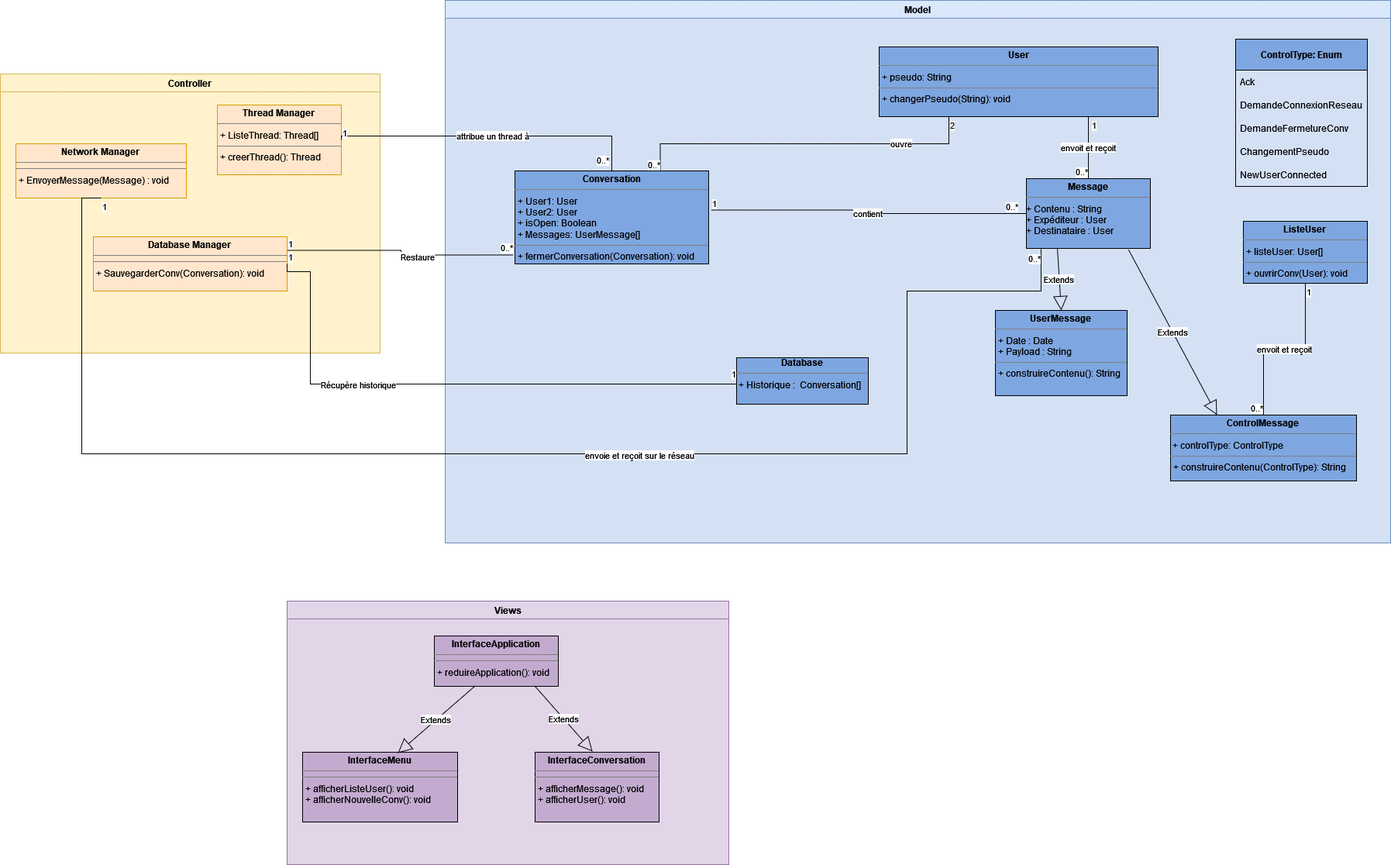
Earlier version of the draw.io export Projet/UML/Images/diagramme_de_classe.drawio.png (Newglear/UF_projet_java). Source tidied: cells renumbered, new cells last; positions are measured from the earlier drawing's top-left corner, leaving out a move shared by most shapes.
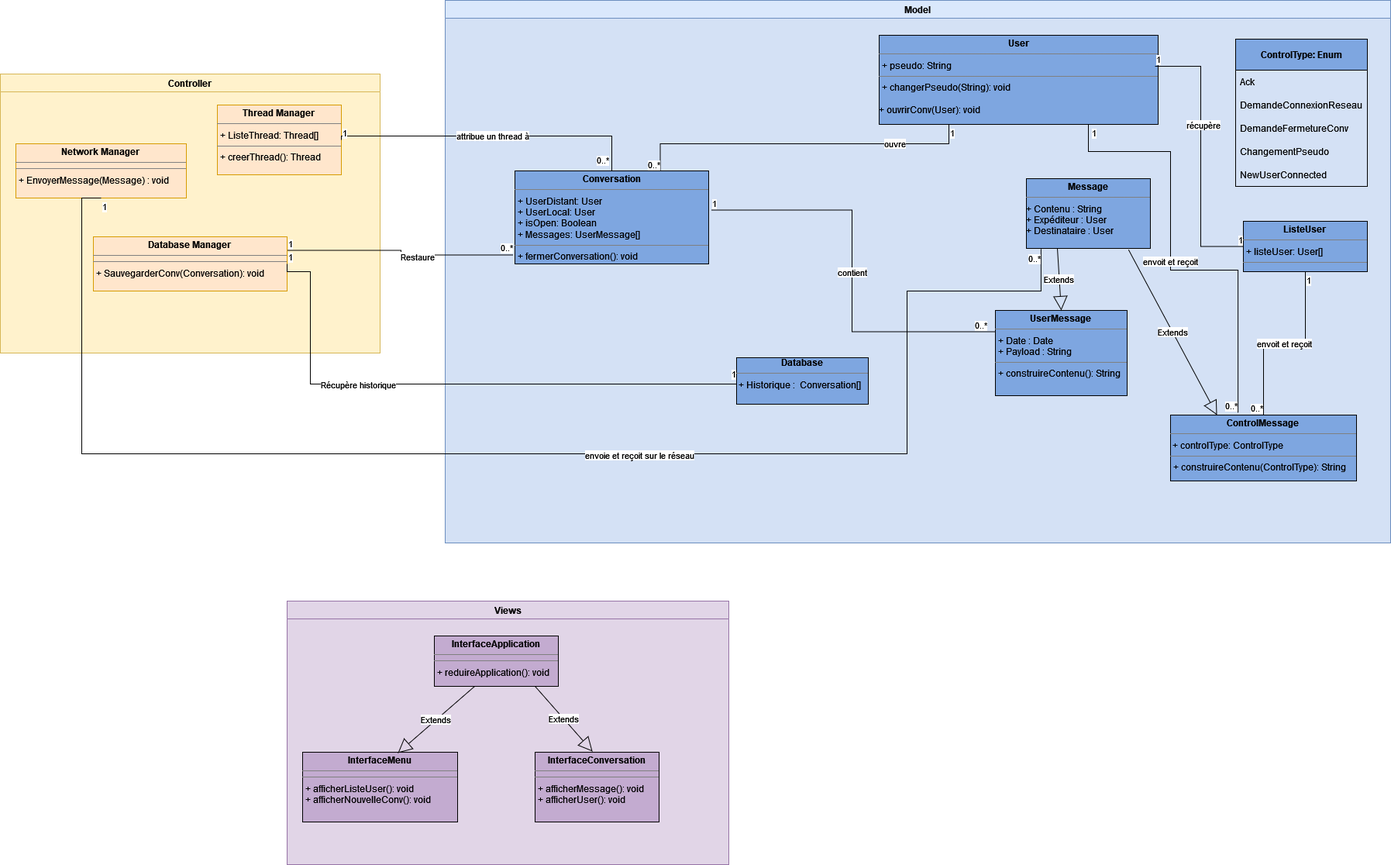
After the change.

The edit, as a diff of the source:
```diff
@@ -40,10 +40,10 @@
     <mxCell id="13" value="&lt;p style=&quot;margin:0px;margin-top:4px;text-align:center;&quot;&gt;&lt;b&gt;Message&lt;/b&gt;&lt;br&gt;&lt;/p&gt;&lt;hr size=&quot;1&quot;&gt;&lt;div&gt;+ Contenu : String &lt;br&gt;&lt;/div&gt;&lt;div&gt;+ Expéditeur : User&lt;/div&gt;&lt;div&gt;+ Destinataire : User&lt;br&gt;&lt;/div&gt;" style="verticalAlign=top;align=left;overflow=fill;fontSize=12;fontFamily=Helvetica;html=1;fillColor=#7EA6E0;" parent="12" vertex="1">
       <mxGeometry x="750" y="230" width="160" height="90" as="geometry" />
     </mxCell>
-    <mxCell id="14" value="&lt;p style=&quot;margin:0px;margin-top:4px;text-align:center;&quot;&gt;&lt;b&gt;Conversation&lt;/b&gt;&lt;/p&gt;&lt;hr size=&quot;1&quot;&gt;&lt;p style=&quot;margin:0px;margin-left:4px;&quot;&gt;+ User1: User&lt;/p&gt;&lt;p style=&quot;margin:0px;margin-left:4px;&quot;&gt;+ User2: User&lt;/p&gt;&lt;p style=&quot;margin:0px;margin-left:4px;&quot;&gt;+ isOpen: Boolean&lt;/p&gt;&lt;p style=&quot;margin:0px;margin-left:4px;&quot;&gt;+ Messages: UserMessage[]&lt;br&gt;&lt;/p&gt;&lt;hr size=&quot;1&quot;&gt;&lt;p style=&quot;margin:0px;margin-left:4px;&quot;&gt;+ fermerConversation(Conversation): void&lt;/p&gt;" style="verticalAlign=top;align=left;overflow=fill;fontSize=12;fontFamily=Helvetica;html=1;fillColor=#7EA6E0;" parent="12" vertex="1">
+    <mxCell id="14" value="&lt;p style=&quot;margin:0px;margin-top:4px;text-align:center;&quot;&gt;&lt;b&gt;Conversation&lt;/b&gt;&lt;/p&gt;&lt;hr size=&quot;1&quot;&gt;&lt;p style=&quot;margin:0px;margin-left:4px;&quot;&gt;+ UserDistant: User&lt;/p&gt;&lt;p style=&quot;margin:0px;margin-left:4px;&quot;&gt;+ UserLocal: User&lt;br&gt;&lt;/p&gt;&lt;p style=&quot;margin:0px;margin-left:4px;&quot;&gt;+ isOpen: Boolean&lt;/p&gt;&lt;p style=&quot;margin:0px;margin-left:4px;&quot;&gt;+ Messages: UserMessage[]&lt;br&gt;&lt;/p&gt;&lt;hr size=&quot;1&quot;&gt;&lt;p style=&quot;margin:0px;margin-left:4px;&quot;&gt;+ fermerConversation(): void&lt;/p&gt;" style="verticalAlign=top;align=left;overflow=fill;fontSize=12;fontFamily=Helvetica;html=1;fillColor=#7EA6E0;" parent="12" vertex="1">
       <mxGeometry x="90" y="220" width="250" height="120" as="geometry" />
     </mxCell>
-    <mxCell id="15" value="contient" style="endArrow=none;html=1;edgeStyle=orthogonalEdgeStyle;rounded=0;entryX=0;entryY=0.5;entryDx=0;entryDy=0;exitX=1.013;exitY=0.421;exitDx=0;exitDy=0;exitPerimeter=0;" parent="12" edge="1" source="14" target="13">
+    <mxCell id="15" value="contient" style="endArrow=none;html=1;edgeStyle=orthogonalEdgeStyle;rounded=0;entryX=0;entryY=0.25;entryDx=0;entryDy=0;exitX=1.013;exitY=0.421;exitDx=0;exitDy=0;exitPerimeter=0;" parent="12" edge="1" source="14" target="23">
       <mxGeometry relative="1" as="geometry" />
     </mxCell>
     <mxCell id="16" value="1" style="edgeLabel;html=1;align=left;verticalAlign=bottom;" parent="15" vertex="1">
@@ -54,8 +54,8 @@
         <mxPoint x="-10" as="offset" />
       </mxGeometry>
     </mxCell>
-    <mxCell id="18" value="&lt;p style=&quot;margin:0px;margin-top:4px;text-align:center;&quot;&gt;&lt;b&gt;User&lt;/b&gt;&lt;/p&gt;&lt;hr size=&quot;1&quot;&gt;&lt;p style=&quot;margin:0px;margin-left:4px;&quot;&gt;+ pseudo: String&lt;/p&gt;&lt;hr size=&quot;1&quot;&gt;&lt;p style=&quot;margin:0px;margin-left:4px;&quot;&gt;+ changerPseudo(String): void&lt;br&gt;&lt;/p&gt;" style="verticalAlign=top;align=left;overflow=fill;fontSize=12;fontFamily=Helvetica;html=1;fillColor=#7EA6E0;" parent="12" vertex="1">
-      <mxGeometry x="560" y="60" width="360" height="90" as="geometry" />
+    <mxCell id="18" value="&lt;p style=&quot;margin:0px;margin-top:4px;text-align:center;&quot;&gt;&lt;b&gt;User&lt;/b&gt;&lt;/p&gt;&lt;hr size=&quot;1&quot;&gt;&lt;p style=&quot;margin:0px;margin-left:4px;&quot;&gt;+ pseudo: String&lt;/p&gt;&lt;hr size=&quot;1&quot;&gt;&lt;p style=&quot;margin:0px;margin-left:4px;&quot;&gt;+ changerPseudo(String): void&lt;br&gt;&lt;/p&gt;&lt;div&gt;&lt;br&gt;&lt;/div&gt;&lt;div&gt;+ ouvrirConv(User): void&lt;/div&gt;" style="verticalAlign=top;align=left;overflow=fill;fontSize=12;fontFamily=Helvetica;html=1;fillColor=#7EA6E0;" parent="12" vertex="1">
+      <mxGeometry x="560" y="45" width="360" height="115" as="geometry" />
     </mxCell>
     <mxCell id="19" style="endArrow=none;html=1;edgeStyle=orthogonalEdgeStyle;rounded=0;entryX=0.75;entryY=0;entryDx=0;entryDy=0;exitX=0.25;exitY=1;exitDx=0;exitDy=0;" parent="12" edge="1" source="18" target="14">
       <mxGeometry relative="1" as="geometry">
@@ -66,7 +66,7 @@
         </Array>
       </mxGeometry>
     </mxCell>
-    <mxCell id="20" value="2" style="edgeLabel;html=1;align=left;verticalAlign=bottom;" parent="19" vertex="1">
+    <mxCell id="20" value="1" style="edgeLabel;html=1;align=left;verticalAlign=bottom;" parent="19" vertex="1">
       <mxGeometry x="-1" relative="1" as="geometry">
         <mxPoint y="20" as="offset" />
       </mxGeometry>
@@ -112,11 +112,18 @@
     <mxCell id="33" value="&lt;div align=&quot;center&quot;&gt;&lt;b&gt;Database&lt;/b&gt;&lt;br&gt;&lt;/div&gt;&lt;hr size=&quot;1&quot;&gt;&amp;nbsp;+ Historique :&amp;nbsp; Conversation[]&lt;br&gt;&lt;p style=&quot;margin:0px;margin-left:4px;&quot;&gt;&lt;br&gt;&lt;/p&gt;" style="verticalAlign=top;align=left;overflow=fill;fontSize=12;fontFamily=Helvetica;html=1;fillColor=#7EA6E0;" parent="12" vertex="1">
       <mxGeometry x="376" y="461" width="170" height="60" as="geometry" />
     </mxCell>
-    <mxCell id="34" value="&lt;p style=&quot;margin:0px;margin-top:4px;text-align:center;&quot;&gt;&lt;b&gt;ListeUser&lt;/b&gt;&lt;br&gt;&lt;/p&gt;&lt;hr size=&quot;1&quot;&gt;&lt;p style=&quot;margin:0px;margin-left:4px;&quot;&gt;+ listeUser: User[]&lt;br&gt;&lt;/p&gt;&lt;hr size=&quot;1&quot;&gt;&lt;p style=&quot;margin:0px;margin-left:4px;&quot;&gt;+ ouvrirConv(User): void&lt;br&gt;&lt;/p&gt;" style="verticalAlign=top;align=left;overflow=fill;fontSize=12;fontFamily=Helvetica;html=1;fillColor=#7EA6E0;" parent="12" vertex="1">
-      <mxGeometry x="1030" y="285" width="160" height="80" as="geometry" />
+    <mxCell id="34" value="&lt;p style=&quot;margin:0px;margin-top:4px;text-align:center;&quot;&gt;&lt;b&gt;ListeUser&lt;/b&gt;&lt;br&gt;&lt;/p&gt;&lt;hr size=&quot;1&quot;&gt;&lt;p style=&quot;margin:0px;margin-left:4px;&quot;&gt;+ listeUser: User[]&lt;br&gt;&lt;/p&gt;&lt;hr size=&quot;1&quot;&gt;&lt;p style=&quot;margin:0px;margin-left:4px;&quot;&gt;&lt;br&gt;&lt;/p&gt;" style="verticalAlign=top;align=left;overflow=fill;fontSize=12;fontFamily=Helvetica;html=1;fillColor=#7EA6E0;" parent="12" vertex="1">
+      <mxGeometry x="1030" y="285" width="160" height="65" as="geometry" />
     </mxCell>
-    <mxCell id="35" value="envoit et reçoit" style="endArrow=none;html=1;edgeStyle=orthogonalEdgeStyle;rounded=0;exitX=0.75;exitY=1;exitDx=0;exitDy=0;entryX=0.5;entryY=0;entryDx=0;entryDy=0;" parent="12" edge="1" source="18" target="13">
-      <mxGeometry relative="1" as="geometry" />
+    <mxCell id="35" value="envoit et reçoit" style="endArrow=none;html=1;edgeStyle=orthogonalEdgeStyle;rounded=0;exitX=0.75;exitY=1;exitDx=0;exitDy=0;entryX=0.363;entryY=-0.035;entryDx=0;entryDy=0;entryPerimeter=0;" parent="12" edge="1" source="18" target="25">
+      <mxGeometry relative="1" as="geometry">
+        <Array as="points">
+          <mxPoint x="830" y="195" />
+          <mxPoint x="936" y="195" />
+          <mxPoint x="936" y="348" />
+          <mxPoint x="1023" y="348" />
+        </Array>
+      </mxGeometry>
     </mxCell>
     <mxCell id="36" value="1" style="edgeLabel;html=1;align=left;verticalAlign=bottom;" parent="35" vertex="1">
       <mxGeometry x="-1" relative="1" as="geometry">
@@ -139,6 +146,18 @@
     <mxCell id="40" value="0..*" style="edgeLabel;html=1;align=right;verticalAlign=bottom;" parent="38" vertex="1">
       <mxGeometry x="1" relative="1" as="geometry" />
     </mxCell>
+    <mxCell id="56" style="endArrow=none;html=1;edgeStyle=orthogonalEdgeStyle;rounded=0;entryX=0;entryY=0.5;entryDx=0;entryDy=0;exitX=0.989;exitY=0.348;exitDx=0;exitDy=0;exitPerimeter=0;" parent="12" edge="1" source="18" target="34">
+      <mxGeometry relative="1" as="geometry" />
+    </mxCell>
+    <mxCell id="57" value="1" style="edgeLabel;html=1;align=left;verticalAlign=bottom;" parent="56" vertex="1">
+      <mxGeometry x="-1" relative="1" as="geometry" />
+    </mxCell>
+    <mxCell id="58" value="1" style="edgeLabel;html=1;align=right;verticalAlign=bottom;" parent="56" vertex="1">
+      <mxGeometry x="1" relative="1" as="geometry" />
+    </mxCell>
+    <mxCell id="59" value="récupère" style="edgeLabel;html=1;align=center;verticalAlign=middle;" parent="56" vertex="1">
+      <mxGeometry x="-0.23" y="2" relative="1" as="geometry" />
+    </mxCell>
     <mxCell id="41" value="attribue un thread à" style="endArrow=none;html=1;edgeStyle=orthogonalEdgeStyle;rounded=0;exitX=1;exitY=0.5;exitDx=0;exitDy=0;entryX=0.5;entryY=0;entryDx=0;entryDy=0;" parent="1" edge="1" source="3" target="14">
       <mxGeometry relative="1" as="geometry">
         <Array as="points">
```
